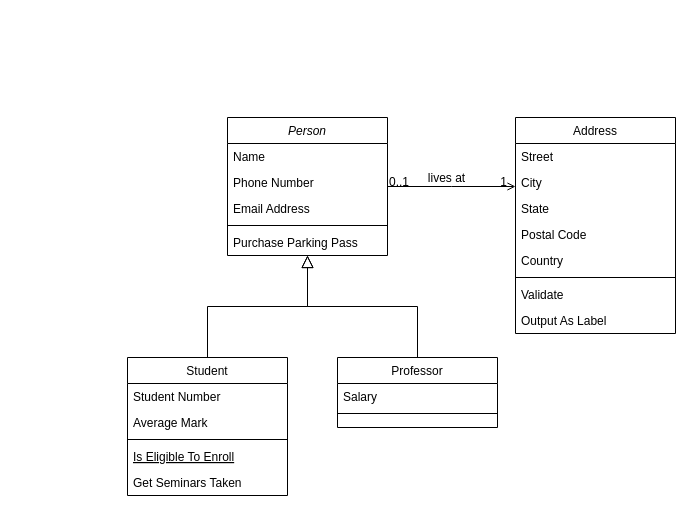
This is MovieTickets.drawio from wmason-sdsu/CS-250-Group, a draw.io file, before an edit. Source tidied: cells renumbered, new cells numbered last; positions are measured from the earlier drawing's top-left corner, leaving out a move shared by most shapes. Both pictures are drawn from the tidied source at 100%, with x=0, y=0 at pixel (127, 117).
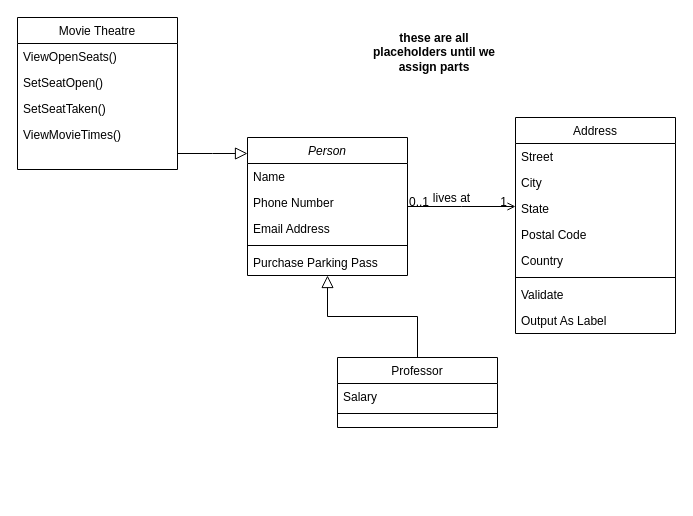
Above is the later version.

Change to the diagram source:
```diff
@@
     <mxCell id="2" value="Person" style="swimlane;fontStyle=2;align=center;verticalAlign=top;horizontal=1;startSize=26;rounded=0;shadow=0;strokeWidth=1;" parent="1" vertex="1">
-      <mxGeometry x="100" width="160" height="138" as="geometry" />
+      <mxGeometry x="120" y="20" width="160" height="138" as="geometry" />
     </mxCell>
@@
-    <mxCell id="8" value="Student" style="swimlane;fontStyle=0;align=center;verticalAlign=top;horizontal=1;startSize=26;rounded=0;shadow=0;strokeWidth=1;" parent="1" vertex="1">
-      <mxGeometry y="240" width="160" height="138" as="geometry" />
+    <mxCell id="8" value="Movie Theatre" style="swimlane;fontStyle=0;align=center;verticalAlign=top;horizontal=1;startSize=26;rounded=0;shadow=0;strokeWidth=1;" parent="1" vertex="1">
+      <mxGeometry x="-110" y="-100" width="160" height="152" as="geometry" />
     </mxCell>
-    <mxCell id="9" value="Student Number" style="text;align=left;verticalAlign=top;spacingLeft=4;spacingRight=4;overflow=hidden;" parent="8" vertex="1">
+    <mxCell id="9" value="ViewOpenSeats() &#10;" style="text;align=left;verticalAlign=top;spacingLeft=4;spacingRight=4;overflow=hidden;" parent="8" vertex="1">
       <mxGeometry y="26" width="160" height="26" as="geometry" />
     </mxCell>
-    <mxCell id="10" value="Average Mark" style="text;align=left;verticalAlign=top;spacingLeft=4;spacingRight=4;overflow=hidden;rounded=0;shadow=0;html=0;" parent="8" vertex="1">
+    <mxCell id="10" value="SetSeatOpen()" style="text;align=left;verticalAlign=top;spacingLeft=4;spacingRight=4;overflow=hidden;rounded=0;shadow=0;html=0;" parent="8" vertex="1">
       <mxGeometry y="52" width="160" height="26" as="geometry" />
     </mxCell>
-    <mxCell id="11" style="line;html=1;strokeWidth=1;align=left;verticalAlign=middle;spacingTop=-1;spacingLeft=3;spacingRight=3;labelPosition=right;" parent="8" vertex="1">
-      <mxGeometry y="78" width="160" height="8" as="geometry" />
-    </mxCell>
-    <mxCell id="12" value="Is Eligible To Enroll" style="text;align=left;verticalAlign=top;spacingLeft=4;spacingRight=4;overflow=hidden;fontStyle=4;" parent="8" vertex="1">
-      <mxGeometry y="86" width="160" height="26" as="geometry" />
+    <mxCell id="12" value="SetSeatTaken()" style="text;align=left;verticalAlign=top;spacingLeft=4;spacingRight=4;overflow=hidden;fontStyle=0;" parent="8" vertex="1">
+      <mxGeometry y="78" width="160" height="26" as="geometry" />
     </mxCell>
-    <mxCell id="13" value="Get Seminars Taken" style="text;align=left;verticalAlign=top;spacingLeft=4;spacingRight=4;overflow=hidden;" parent="8" vertex="1">
-      <mxGeometry y="112" width="160" height="26" as="geometry" />
+    <mxCell id="13" value="ViewMovieTimes()" style="text;align=left;verticalAlign=top;spacingLeft=4;spacingRight=4;overflow=hidden;" parent="8" vertex="1">
+      <mxGeometry y="104" width="160" height="26" as="geometry" />
     </mxCell>
@@
+    <mxCell id="32" value="&lt;b&gt;these are all placeholders until we assign parts&lt;/b&gt;" style="text;strokeColor=none;align=center;fillColor=none;html=1;verticalAlign=middle;whiteSpace=wrap;rounded=0;" parent="1" vertex="1">
+      <mxGeometry x="234" y="-90" width="146" height="50" as="geometry" />
+    </mxCell>
```
